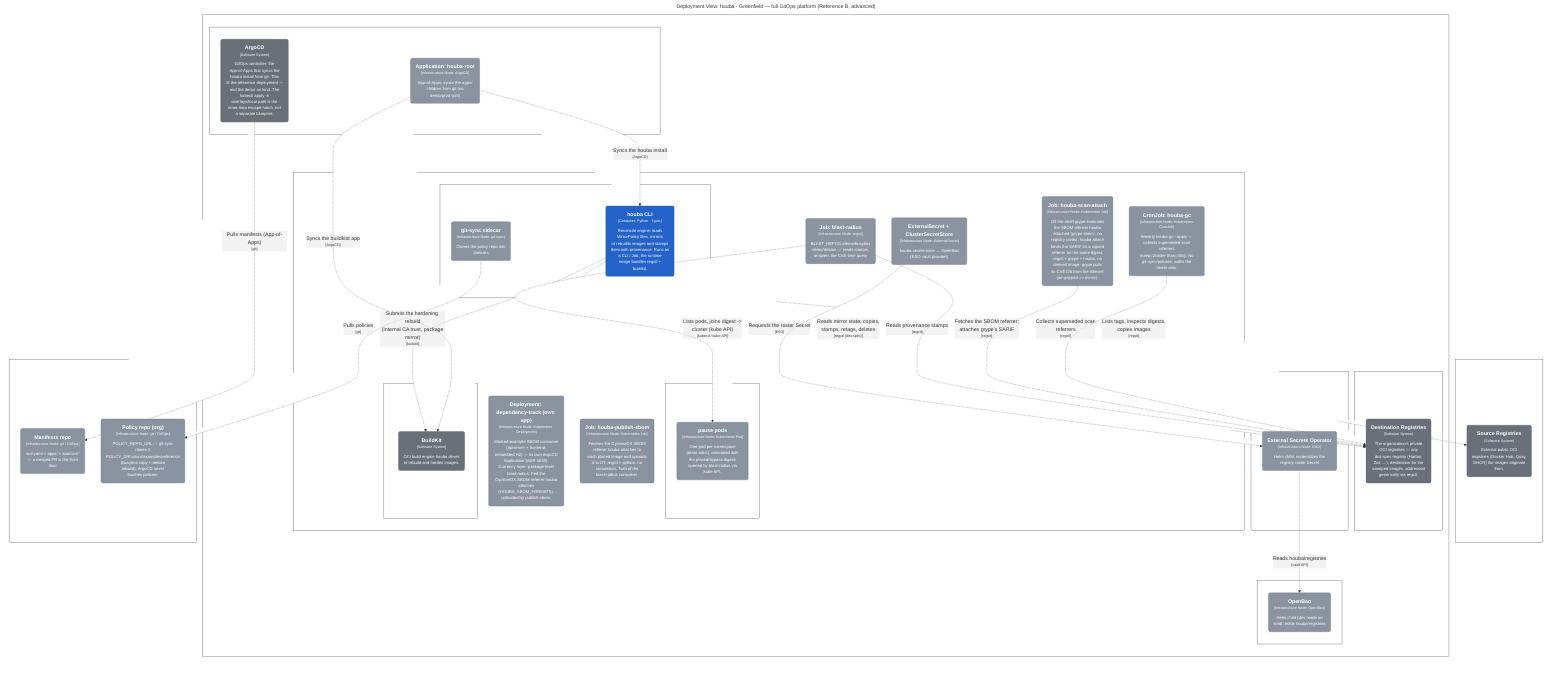
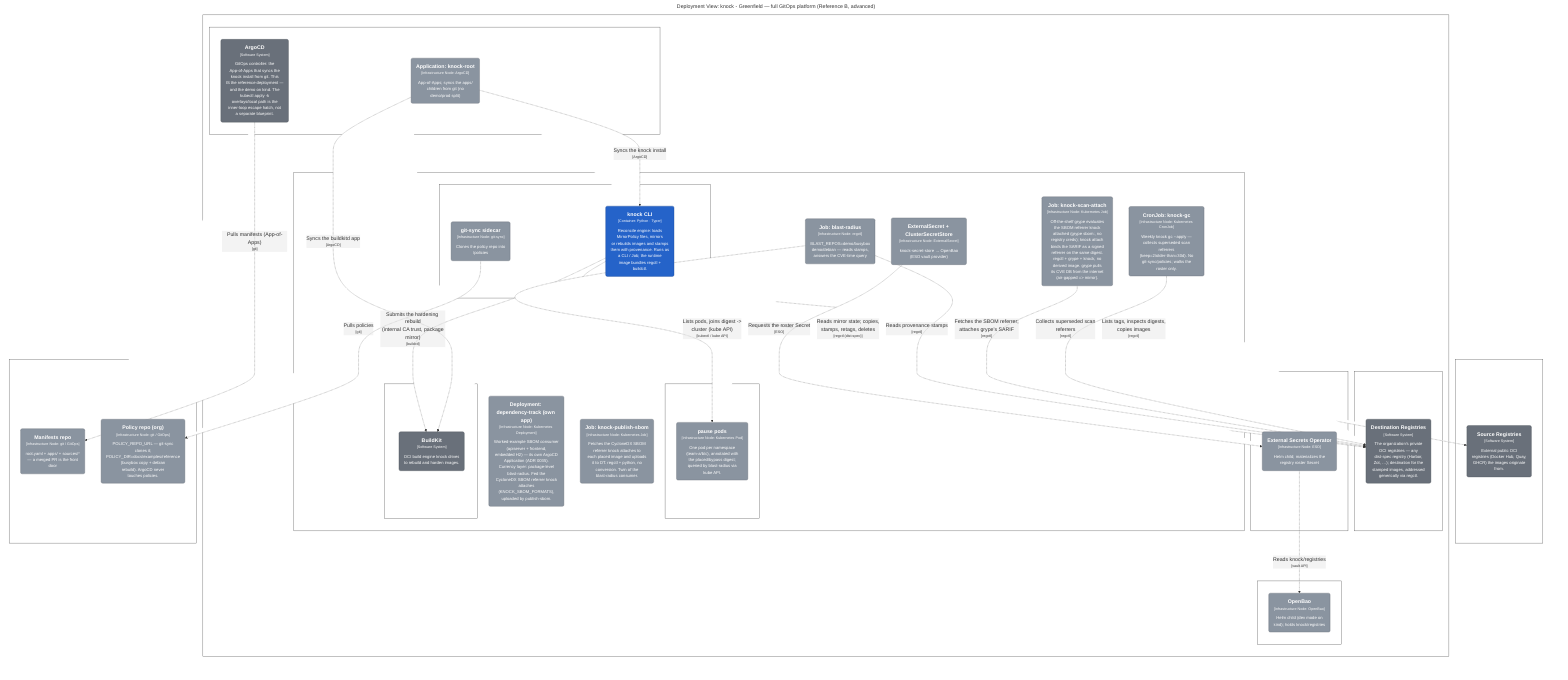
graph LR
  linkStyle default fill:#ffffff

-   subgraph diagram ["Deployment View: houba - Greenfield — full GitOps platform (Reference B, advanced)"]
+   subgraph diagram ["Deployment View: knock - Greenfield — full GitOps platform (Reference B, advanced)"]
    style diagram fill:#ffffff,stroke:#ffffff

    subgraph 201 ["Git host"]
      style 201 fill:#ffffff,stroke:#444444,color:#ffffff

      202("<div style='font-weight: bold'>Manifests repo</div><div style='font-size: 70%; margin-top: 0px'>[Infrastructure Node: git / GitOps]</div><div style='font-size: 80%; margin-top:10px'>root.yaml + apps/ + sources/*<br />— a merged PR is the front<br />door</div>")
      style 202 fill:#8a94a0,stroke:#606770,color:#ffffff
      203("<div style='font-weight: bold'>Policy repo (org)</div><div style='font-size: 70%; margin-top: 0px'>[Infrastructure Node: git / GitOps]</div><div style='font-size: 80%; margin-top:10px'>POLICY_REPO_URL — git-sync<br />clones it;<br />POLICY_DIR=docs/examples/reference<br />(busybox copy + debian<br />rebuild). ArgoCD never<br />touches policies.</div>")
      style 203 fill:#8a94a0,stroke:#606770,color:#ffffff
    end

    subgraph 204 ["Kubernetes cluster"]
      style 204 fill:#ffffff,stroke:#444444,color:#ffffff

      subgraph 205 ["namespace: argocd"]
        style 205 fill:#ffffff,stroke:#444444,color:#ffffff

-         206("<div style='font-weight: bold'>Application: houba-root</div><div style='font-size: 70%; margin-top: 0px'>[Infrastructure Node: ArgoCD]</div><div style='font-size: 80%; margin-top:10px'>App-of-Apps; syncs the apps/<br />children from git (no<br />demo/prod split)</div>")
+         206("<div style='font-weight: bold'>Application: knock-root</div><div style='font-size: 70%; margin-top: 0px'>[Infrastructure Node: ArgoCD]</div><div style='font-size: 80%; margin-top:10px'>App-of-Apps; syncs the apps/<br />children from git (no<br />demo/prod split)</div>")
        style 206 fill:#8a94a0,stroke:#606770,color:#ffffff
-         207("<div style='font-weight: bold'>ArgoCD</div><div style='font-size: 70%; margin-top: 0px'>[Software System]</div><div style='font-size: 80%; margin-top:10px'>GitOps controller: the<br />App-of-Apps that syncs the<br />houba install from git. This<br />IS the reference deployment —<br />and the demo on kind. The<br />kubectl apply -k<br />overlays/local path is the<br />inner-loop escape hatch, not<br />a separate blueprint.</div>")
+         207("<div style='font-weight: bold'>ArgoCD</div><div style='font-size: 70%; margin-top: 0px'>[Software System]</div><div style='font-size: 80%; margin-top:10px'>GitOps controller: the<br />App-of-Apps that syncs the<br />knock install from git. This<br />IS the reference deployment —<br />and the demo on kind. The<br />kubectl apply -k<br />overlays/local path is the<br />inner-loop escape hatch, not<br />a separate blueprint.</div>")
        style 207 fill:#69707a,stroke:#494e55,color:#ffffff
      end

-       subgraph 208 ["namespace: houba"]
+       subgraph 208 ["namespace: knock"]
        style 208 fill:#ffffff,stroke:#444444,color:#ffffff

-         subgraph 209 ["CronJob: houba-reconcile"]
+         subgraph 209 ["CronJob: knock-reconcile"]
          style 209 fill:#ffffff,stroke:#444444,color:#ffffff

-           210("<div style='font-weight: bold'>houba CLI</div><div style='font-size: 70%; margin-top: 0px'>[Container: Python · Typer]</div><div style='font-size: 80%; margin-top:10px'>Reconcile engine: loads<br />MirrorPolicy files, mirrors<br />or rebuilds images and stamps<br />them with provenance. Runs as<br />a CLI / Job; the runtime<br />image bundles regctl +<br />buildctl.</div>")
+           210("<div style='font-weight: bold'>knock CLI</div><div style='font-size: 70%; margin-top: 0px'>[Container: Python · Typer]</div><div style='font-size: 80%; margin-top:10px'>Reconcile engine: loads<br />MirrorPolicy files, mirrors<br />or rebuilds images and stamps<br />them with provenance. Runs as<br />a CLI / Job; the runtime<br />image bundles regctl +<br />buildctl.</div>")
          style 210 fill:#2563c9,stroke:#19458c,color:#ffffff
          211("<div style='font-weight: bold'>git-sync sidecar</div><div style='font-size: 70%; margin-top: 0px'>[Infrastructure Node: git-sync]</div><div style='font-size: 80%; margin-top:10px'>Clones the policy repo into<br />/policies</div>")
          style 211 fill:#8a94a0,stroke:#606770,color:#ffffff
        end

        subgraph 212 ["Deployment: buildkitd (own app)"]
          style 212 fill:#ffffff,stroke:#444444,color:#ffffff

-           213("<div style='font-weight: bold'>BuildKit</div><div style='font-size: 70%; margin-top: 0px'>[Software System]</div><div style='font-size: 80%; margin-top:10px'>OCI build engine houba drives<br />to rebuild and harden images.</div>")
+           213("<div style='font-weight: bold'>BuildKit</div><div style='font-size: 70%; margin-top: 0px'>[Software System]</div><div style='font-size: 80%; margin-top:10px'>OCI build engine knock drives<br />to rebuild and harden images.</div>")
          style 213 fill:#69707a,stroke:#494e55,color:#ffffff
        end

-         215("<div style='font-weight: bold'>ExternalSecret + ClusterSecretStore</div><div style='font-size: 70%; margin-top: 0px'>[Infrastructure Node: ExternalSecret]</div><div style='font-size: 80%; margin-top:10px'>houba-secret-store → OpenBao<br />(ESO vault provider)</div>")
+         215("<div style='font-weight: bold'>ExternalSecret + ClusterSecretStore</div><div style='font-size: 70%; margin-top: 0px'>[Infrastructure Node: ExternalSecret]</div><div style='font-size: 80%; margin-top:10px'>knock-secret-store → OpenBao<br />(ESO vault provider)</div>")
        style 215 fill:#8a94a0,stroke:#606770,color:#ffffff
        216("<div style='font-weight: bold'>Job: blast-radius</div><div style='font-size: 70%; margin-top: 0px'>[Infrastructure Node: regctl]</div><div style='font-size: 80%; margin-top:10px'>BLAST_REPOS=demo/busybox<br />demo/debian — reads stamps,<br />answers the CVE-time query</div>")
        style 216 fill:#8a94a0,stroke:#606770,color:#ffffff
-         217("<div style='font-weight: bold'>CronJob: houba-gc</div><div style='font-size: 70%; margin-top: 0px'>[Infrastructure Node: Kubernetes CronJob]</div><div style='font-size: 80%; margin-top:10px'>Weekly houba gc --apply —<br />collects superseded scan<br />referrers<br />(keep=2/older-than=30d). No<br />git-sync/policies; walks the<br />roster only.</div>")
+         217("<div style='font-weight: bold'>CronJob: knock-gc</div><div style='font-size: 70%; margin-top: 0px'>[Infrastructure Node: Kubernetes CronJob]</div><div style='font-size: 80%; margin-top:10px'>Weekly knock gc --apply —<br />collects superseded scan<br />referrers<br />(keep=2/older-than=30d). No<br />git-sync/policies; walks the<br />roster only.</div>")
        style 217 fill:#8a94a0,stroke:#606770,color:#ffffff
-         218("<div style='font-weight: bold'>Deployment: dependency-track (own app)</div><div style='font-size: 70%; margin-top: 0px'>[Infrastructure Node: Kubernetes Deployment]</div><div style='font-size: 80%; margin-top:10px'>Worked-example SBOM consumer<br />(apiserver + frontend,<br />embedded H2) — its own ArgoCD<br />Application (ADR 0035).<br />Currency layer: package-level<br />blast-radius. Fed the<br />CycloneDX SBOM referrer houba<br />attaches<br />(HOUBA_SBOM_FORMATS),<br />uploaded by publish-sbom.</div>")
+         218("<div style='font-weight: bold'>Deployment: dependency-track (own app)</div><div style='font-size: 70%; margin-top: 0px'>[Infrastructure Node: Kubernetes Deployment]</div><div style='font-size: 80%; margin-top:10px'>Worked-example SBOM consumer<br />(apiserver + frontend,<br />embedded H2) — its own ArgoCD<br />Application (ADR 0035).<br />Currency layer: package-level<br />blast-radius. Fed the<br />CycloneDX SBOM referrer knock<br />attaches<br />(KNOCK_SBOM_FORMATS),<br />uploaded by publish-sbom.</div>")
        style 218 fill:#8a94a0,stroke:#606770,color:#ffffff
-         219("<div style='font-weight: bold'>Job: houba-publish-sbom</div><div style='font-size: 70%; margin-top: 0px'>[Infrastructure Node: Kubernetes Job]</div><div style='font-size: 80%; margin-top:10px'>Fetches the CycloneDX SBOM<br />referrer houba attaches to<br />each placed image and uploads<br />it to DT. regctl + python, no<br />conversion. Twin of the<br />blast-radius consumer.</div>")
+         219("<div style='font-weight: bold'>Job: knock-publish-sbom</div><div style='font-size: 70%; margin-top: 0px'>[Infrastructure Node: Kubernetes Job]</div><div style='font-size: 80%; margin-top:10px'>Fetches the CycloneDX SBOM<br />referrer knock attaches to<br />each placed image and uploads<br />it to DT. regctl + python, no<br />conversion. Twin of the<br />blast-radius consumer.</div>")
        style 219 fill:#8a94a0,stroke:#606770,color:#ffffff
-         220("<div style='font-weight: bold'>Job: houba-scan-attach</div><div style='font-size: 70%; margin-top: 0px'>[Infrastructure Node: Kubernetes Job]</div><div style='font-size: 80%; margin-top:10px'>Off-the-shelf grype evaluates<br />the SBOM referrer houba<br />attached (grype sbom:, no<br />registry creds); houba attach<br />binds the SARIF as a signed<br />referrer on the same digest.<br />regctl + grype + houba, no<br />derived image. grype pulls<br />its CVE DB from the internet<br />(air-gapped => mirror).</div>")
+         220("<div style='font-weight: bold'>Job: knock-scan-attach</div><div style='font-size: 70%; margin-top: 0px'>[Infrastructure Node: Kubernetes Job]</div><div style='font-size: 80%; margin-top:10px'>Off-the-shelf grype evaluates<br />the SBOM referrer knock<br />attached (grype sbom:, no<br />registry creds); knock attach<br />binds the SARIF as a signed<br />referrer on the same digest.<br />regctl + grype + knock, no<br />derived image. grype pulls<br />its CVE DB from the internet<br />(air-gapped => mirror).</div>")
        style 220 fill:#8a94a0,stroke:#606770,color:#ffffff
        subgraph 221 ["marked workloads (team-a/b/c)"]
          style 221 fill:#ffffff,stroke:#444444,color:#ffffff

          222("<div style='font-weight: bold'>pause pods</div><div style='font-size: 70%; margin-top: 0px'>[Infrastructure Node: Kubernetes Pod]</div><div style='font-size: 80%; margin-top:10px'>One pod per namespace<br />(team-a/b/c), annotated with<br />the placed/bypass digest;<br />queried by blast-radius via<br />kube API.</div>")
          style 222 fill:#8a94a0,stroke:#606770,color:#ffffff
        end

      end

      subgraph 223 ["namespace: external-secrets"]
        style 223 fill:#ffffff,stroke:#444444,color:#ffffff

        224("<div style='font-weight: bold'>External Secrets Operator</div><div style='font-size: 70%; margin-top: 0px'>[Infrastructure Node: ESO]</div><div style='font-size: 80%; margin-top:10px'>Helm child; materializes the<br />registry roster Secret</div>")
        style 224 fill:#8a94a0,stroke:#606770,color:#ffffff
      end

      subgraph 225 ["namespace: openbao"]
        style 225 fill:#ffffff,stroke:#444444,color:#ffffff

-         226("<div style='font-weight: bold'>OpenBao</div><div style='font-size: 70%; margin-top: 0px'>[Infrastructure Node: OpenBao]</div><div style='font-size: 80%; margin-top:10px'>Helm child (dev mode on<br />kind); holds houba/registries</div>")
+         226("<div style='font-weight: bold'>OpenBao</div><div style='font-size: 70%; margin-top: 0px'>[Infrastructure Node: OpenBao]</div><div style='font-size: 80%; margin-top:10px'>Helm child (dev mode on<br />kind); holds knock/registries</div>")
        style 226 fill:#8a94a0,stroke:#606770,color:#ffffff
      end

      subgraph 227 ["namespace: registry"]
        style 227 fill:#ffffff,stroke:#444444,color:#ffffff

        228("<div style='font-weight: bold'>Destination Registries</div><div style='font-size: 70%; margin-top: 0px'>[Software System]</div><div style='font-size: 80%; margin-top:10px'>The organization's private<br />OCI registries — any<br />dist-spec registry (Harbor,<br />Zot, …); destination for the<br />stamped images, addressed<br />generically via regctl.</div>")
        style 228 fill:#69707a,stroke:#494e55,color:#ffffff
      end

    end

    subgraph 230 ["Internet / org network"]
      style 230 fill:#ffffff,stroke:#444444,color:#ffffff

      231("<div style='font-weight: bold'>Source Registries</div><div style='font-size: 70%; margin-top: 0px'>[Software System]</div><div style='font-size: 80%; margin-top:10px'>External public OCI<br />registries (Docker Hub, Quay,<br />GHCR) the images originate<br />from.</div>")
      style 231 fill:#69707a,stroke:#494e55,color:#ffffff
    end

    210-. "<div>Submits the hardening rebuild<br />(internal CA trust, package<br />mirror)</div><div style='font-size: 70%'>[buildctl]</div>" .->213
    210-. "<div>Reads mirror state; copies,<br />stamps, retags, deletes</div><div style='font-size: 70%'>[regctl (dist-spec)]</div>" .->228
    210-. "<div>Lists tags, inspects digests,<br />copies images</div><div style='font-size: 70%'>[regctl]</div>" .->231
    207-. "<div>Pulls manifests (App-of-Apps)</div><div style='font-size: 70%'>[git]</div>" .->202
-     206-. "<div>Syncs the houba install</div><div style='font-size: 70%'>[ArgoCD]</div>" .->210
+     206-. "<div>Syncs the knock install</div><div style='font-size: 70%'>[ArgoCD]</div>" .->210
    206-. "<div>Syncs the buildkitd app</div><div style='font-size: 70%'>[ArgoCD]</div>" .->213
-     224-. "<div>Reads houba/registries</div><div style='font-size: 70%'>[vault API]</div>" .->226
+     224-. "<div>Reads knock/registries</div><div style='font-size: 70%'>[vault API]</div>" .->226
    215-. "<div>Requests the roster Secret</div><div style='font-size: 70%'>[ESO]</div>" .->224
    211-. "<div>Pulls policies</div><div style='font-size: 70%'>[git]</div>" .->203
    216-. "<div>Reads provenance stamps</div><div style='font-size: 70%'>[regctl]</div>" .->228
    220-. "<div>Fetches the SBOM referrer;<br />attaches grype's SARIF</div><div style='font-size: 70%'>[regctl]</div>" .->228
    216-. "<div>Lists pods, joins digest -><br />cluster (kube API)</div><div style='font-size: 70%'>[kubectl / kube API]</div>" .->222
    217-. "<div>Collects superseded scan<br />referrers</div><div style='font-size: 70%'>[regctl]</div>" .->228

  end